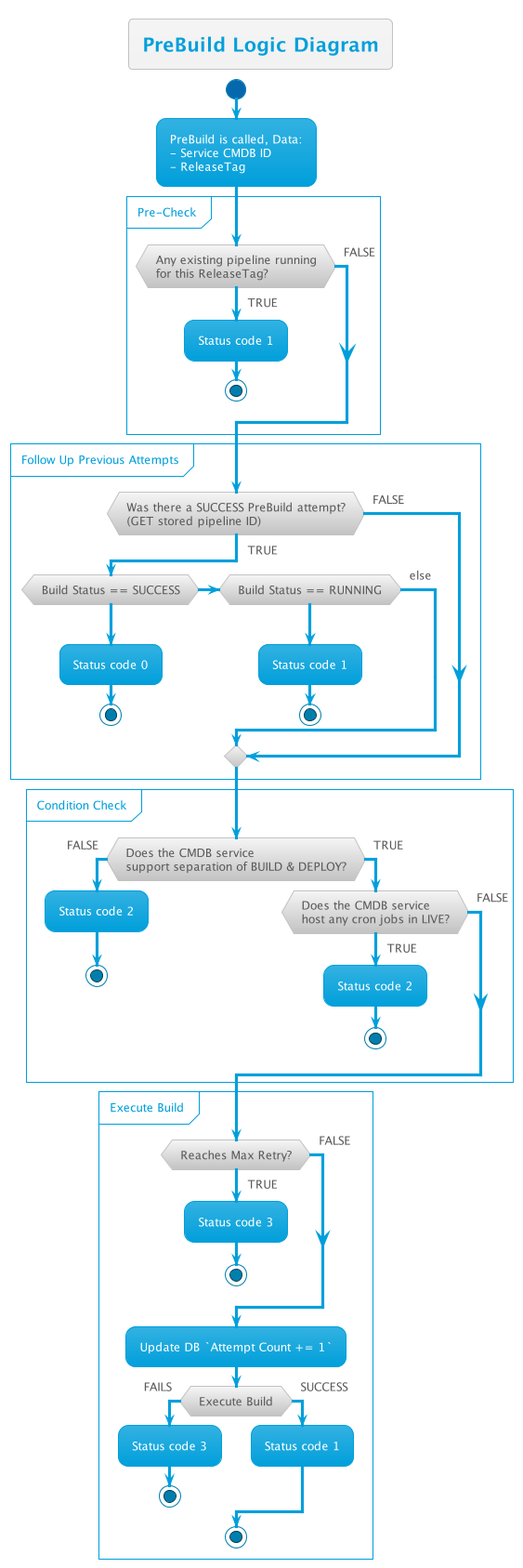
Above: out/PreBuildFlow/ConditionsCheck/ConditionsCheck.png in thetomitomo/diagrams (PlantUML), before the change.
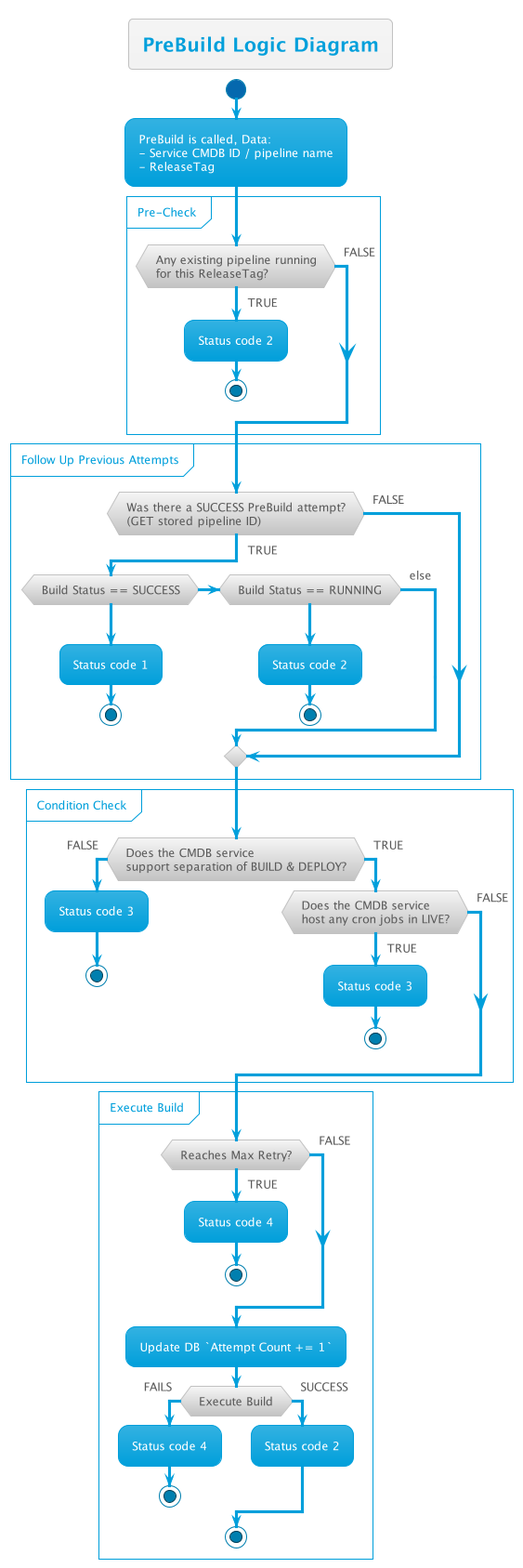
After the change.

Commit message:
prebuild diagram fix

What changed in the source:
```diff
@@ -6,11 +6,11 @@
 
 start
 
-:PreBuild is called, Data:\n- Service CMDB ID\n- ReleaseTag;
+:PreBuild is called, Data:\n- Service CMDB ID / pipeline name\n- ReleaseTag;
 
 group Pre-Check
     if (Any existing pipeline running\nfor this ReleaseTag?) then (TRUE)
-        :Status code 1;
+        :Status code 2;
         stop
     else (FALSE)
     endif
@@ -19,10 +19,10 @@
 group Follow Up Previous Attempts
     if (Was there a SUCCESS PreBuild attempt?\n(GET stored pipeline ID)) then (TRUE)
         if (Build Status == SUCCESS) then ( )
-            :Status code 0;
+            :Status code 1;
             stop
         elseif (Build Status == RUNNING) then ( )
-            :Status code 1;
+            :Status code 2;
             stop
         else (else)
         endif
@@ -32,11 +32,11 @@
 
 group Condition Check
     if (Does the CMDB service\nsupport separation of BUILD & DEPLOY?) then (FALSE)
-        :Status code 2;
+        :Status code 3;
         stop
     else (TRUE)
         if (Does the CMDB service\nhost any cron jobs in LIVE?) then (TRUE)
-            :Status code 2;
+            :Status code 3;
             stop
         else (FALSE)
         endif
@@ -45,17 +45,17 @@
 
 group Execute Build
     if (Reaches Max Retry?) then (TRUE)
-        :Status code 3;
+        :Status code 4;
         stop
     else (FALSE)
     endif
 
     :Update DB `Attempt Count += 1`;
     if (Execute Build) then (FAILS)
-        :Status code 3;
+        :Status code 4;
         stop
     else (SUCCESS)
-        :Status code 1;
+        :Status code 2;
     endif
 stop
 end group
```
